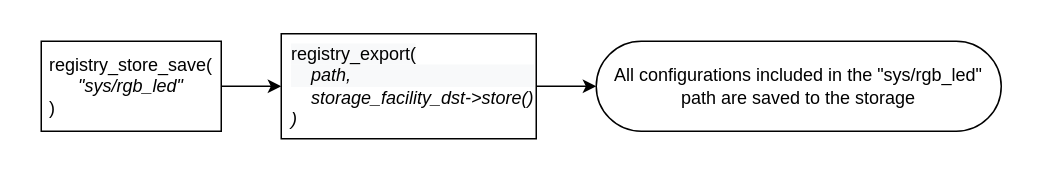
Earlier version of the draw.io diagram doc/drawio/flow/basic_behavioral_flow_save.drawio (LasseRosenow/riot-runtime-config). Source tidied: cells renumbered, new cells numbered last; positions are measured from the earlier drawing's top-left corner, leaving out a move shared by most shapes. Both pictures are drawn from the tidied source at 150%, with x=0, y=0 at pixel (26, 26).
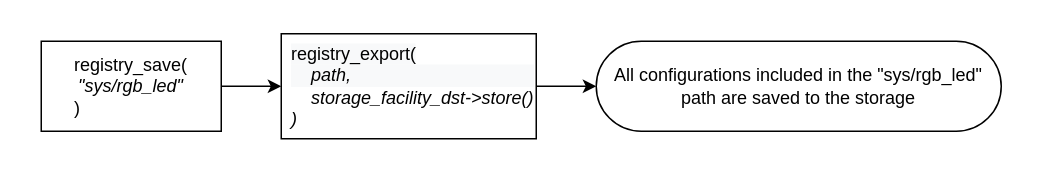
After the change.

The edit, as a diff of the source:
```diff
@@
 <mxGraphModel background="#FFFFFF">
   <root>
     <mxCell id="0" />
     <mxCell id="1" parent="0" />
     <mxCell id="2" style="rounded=0;whiteSpace=wrap;html=1;strokeColor=none;" parent="1" vertex="1">
       <mxGeometry width="660" height="80" as="geometry" />
     </mxCell>
-    <mxCell id="3" value="registry_store_save(&lt;br&gt;&lt;i&gt;&quot;sys/rgb_led&quot;&lt;br&gt;&lt;/i&gt;&lt;div style=&quot;text-align: left&quot;&gt;&lt;span&gt;)&lt;/span&gt;&lt;/div&gt;" style="rounded=0;whiteSpace=wrap;html=1;" parent="1" vertex="1">
+    <mxCell id="3" value="registry_save(&lt;br&gt;&lt;i&gt;&quot;sys/rgb_led&quot;&lt;br&gt;&lt;/i&gt;&lt;div style=&quot;text-align: left&quot;&gt;&lt;span&gt;)&lt;/span&gt;&lt;/div&gt;" style="rounded=0;whiteSpace=wrap;html=1;" parent="1" vertex="1">
       <mxGeometry x="10" y="10" width="120" height="60" as="geometry" />
     </mxCell>
     <mxCell id="4" style="edgeStyle=elbowEdgeStyle;rounded=0;html=1;" parent="1" edge="1" source="3" target="6">
       <mxGeometry relative="1" as="geometry" />
     </mxCell>
     <mxCell id="5" style="edgeStyle=elbowEdgeStyle;rounded=0;html=1;" parent="1" edge="1" source="6" target="7">
       <mxGeometry relative="1" as="geometry" />
     </mxCell>
     <mxCell id="6" style="rounded=0;whiteSpace=wrap;html=1;" parent="1" vertex="1">
       <mxGeometry x="170" y="5" width="170" height="70" as="geometry" />
     </mxCell>
     <mxCell id="7" value="All configurations included in the &quot;sys/rgb_led&quot; path&amp;nbsp;are saved to the storage" style="rounded=1;whiteSpace=wrap;html=1;arcSize=50;" parent="1" vertex="1">
       <mxGeometry x="380" y="10" width="270" height="60" as="geometry" />
     </mxCell>
     <mxCell id="8" value="&lt;span style=&quot;color: rgb(0 , 0 , 0) ; font-family: &amp;#34;helvetica&amp;#34; ; font-size: 12px ; font-style: normal ; font-weight: 400 ; letter-spacing: normal ; text-align: center ; text-indent: 0px ; text-transform: none ; word-spacing: 0px ; background-color: rgb(248 , 249 , 250) ; display: inline ; float: none&quot;&gt;registry_export(&lt;/span&gt;&lt;br style=&quot;color: rgb(0 , 0 , 0) ; font-family: &amp;#34;helvetica&amp;#34; ; font-size: 12px ; font-style: normal ; font-weight: 400 ; letter-spacing: normal ; text-align: center ; text-indent: 0px ; text-transform: none ; word-spacing: 0px ; background-color: rgb(248 , 249 , 250)&quot;&gt;&lt;div style=&quot;color: rgb(0 , 0 , 0) ; font-family: &amp;#34;helvetica&amp;#34; ; font-size: 12px ; font-style: normal ; font-weight: 400 ; letter-spacing: normal ; text-indent: 0px ; text-transform: none ; word-spacing: 0px ; background-color: rgb(248 , 249 , 250) ; text-align: left&quot;&gt;&lt;i&gt;&amp;nbsp; &amp;nbsp; path,&lt;/i&gt;&lt;/div&gt;&lt;i style=&quot;color: rgb(0 , 0 , 0) ; font-family: &amp;#34;helvetica&amp;#34; ; font-size: 12px ; font-weight: 400 ; letter-spacing: normal ; text-align: center ; text-indent: 0px ; text-transform: none ; word-spacing: 0px ; background-color: rgb(248 , 249 , 250)&quot;&gt;&lt;div style=&quot;text-align: left&quot;&gt;&lt;i&gt;&amp;nbsp; &amp;nbsp; storage_facility_dst-&amp;gt;store()&lt;/i&gt;&lt;/div&gt;&lt;div style=&quot;text-align: left&quot;&gt;&lt;span&gt;)&lt;/span&gt;&lt;/div&gt;&lt;/i&gt;" style="text;whiteSpace=wrap;html=1;" parent="1" vertex="1">
       <mxGeometry x="175" y="5" width="165" height="70" as="geometry" />
     </mxCell>
   </root>
 </mxGraphModel>
```
